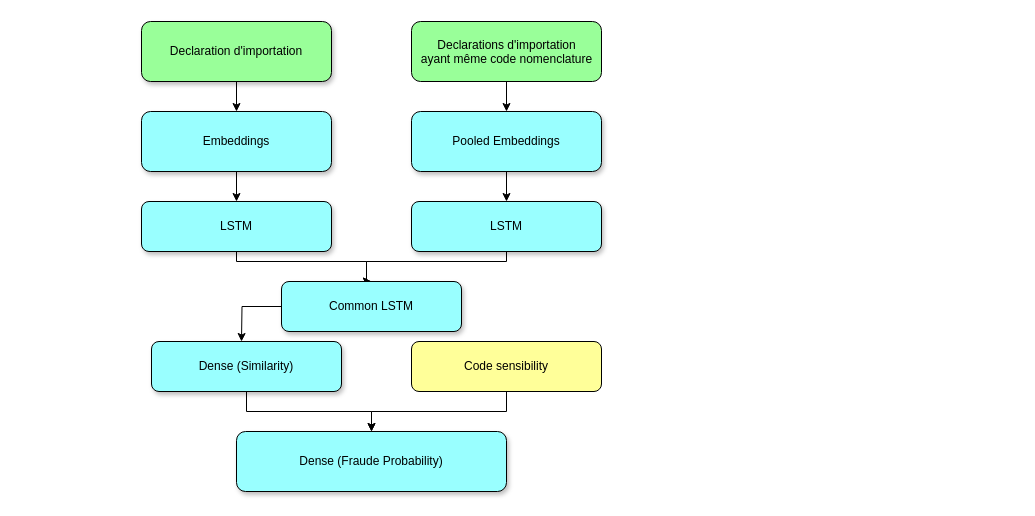
The draw.io diagram Untitled Diagram.drawio in nsusvitlana/TextRank, before the edit. Source tidied: cells renumbered, new cells numbered last; positions are measured from the earlier drawing's top-left corner, leaving out a move shared by most shapes. Both pictures are drawn from the tidied source at 100%, with x=0, y=0 at pixel (141, 21).
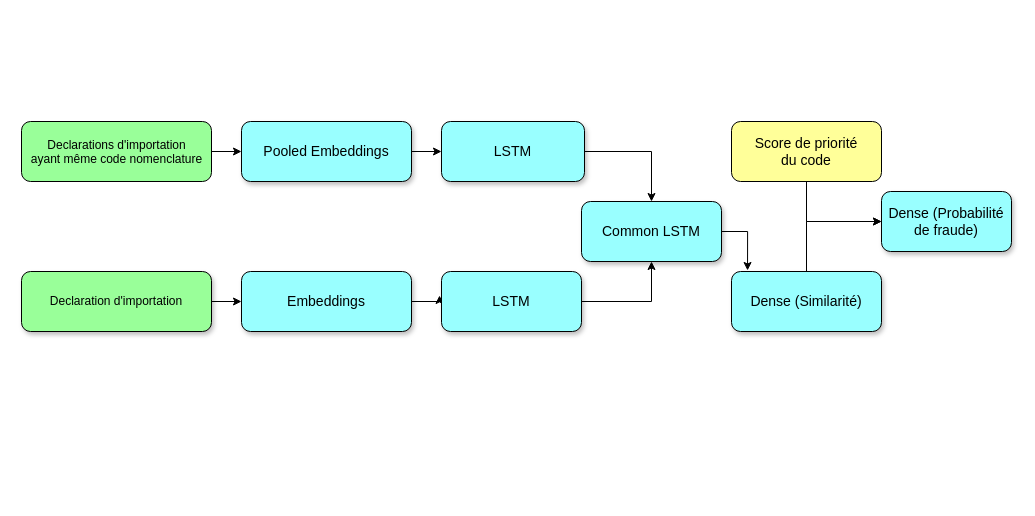
The same diagram, later.

What changed in the source:
```diff
@@
-    <mxCell id="2" style="edgeStyle=orthogonalEdgeStyle;rounded=0;jettySize=auto;html=1;entryX=0.5;entryY=0;entryDx=0;entryDy=0;" parent="1" edge="1" source="3" target="12">
+    <mxCell id="2" style="edgeStyle=orthogonalEdgeStyle;rounded=0;jettySize=auto;html=1;exitX=1;exitY=0.5;exitDx=0;exitDy=0;entryX=-0.014;entryY=0.4;entryDx=0;entryDy=0;entryPerimeter=0;" parent="1" edge="1" source="3" target="12">
       <mxGeometry relative="1" as="geometry" />
     </mxCell>
-    <mxCell id="3" value="Embeddings" style="rounded=1;whiteSpace=wrap;html=1;shadow=1;fillColor=#99FFFF;" parent="1" vertex="1">
-      <mxGeometry y="90" width="190" height="60" as="geometry" />
+    <mxCell id="3" value="&lt;font style=&quot;font-size: 14px&quot;&gt;Embeddings&lt;/font&gt;" style="rounded=1;whiteSpace=wrap;html=1;shadow=1;fillColor=#99FFFF;" parent="1" vertex="1">
+      <mxGeometry x="100" y="250" width="170" height="60" as="geometry" />
     </mxCell>
-    <mxCell id="4" style="edgeStyle=orthogonalEdgeStyle;rounded=0;jettySize=auto;html=1;entryX=0.5;entryY=0;entryDx=0;entryDy=0;" parent="1" edge="1" source="5" target="10">
-      <mxGeometry relative="1" as="geometry" />
-    </mxCell>
     <mxCell id="5" style="rounded=1;whiteSpace=wrap;html=1;fillColor=#99FF99;" parent="1" vertex="1">
-      <mxGeometry x="270" width="190" height="60" as="geometry" />
+      <mxGeometry x="-120" y="100" width="190" height="60" as="geometry" />
     </mxCell>
+    <mxCell id="22" style="edgeStyle=orthogonalEdgeStyle;rounded=0;jettySize=auto;html=1;exitX=1;exitY=0.5;exitDx=0;exitDy=0;entryX=0;entryY=0.5;entryDx=0;entryDy=0;" parent="1" edge="1" source="6" target="10">
+      <mxGeometry relative="1" as="geometry">
+        <Array as="points">
+          <mxPoint x="70" y="130" />
+        </Array>
+      </mxGeometry>
+    </mxCell>
     <mxCell id="6" value="Declarations d'importation &lt;br&gt;&lt;div&gt;&lt;span&gt;ayant même code nomenclature&lt;/span&gt;&lt;/div&gt;" style="text;html=1;align=center;" parent="1" vertex="1">
-      <mxGeometry x="270" y="10" width="190" height="30" as="geometry" />
+      <mxGeometry x="-120" y="110" width="190" height="30" as="geometry" />
     </mxCell>
-    <mxCell id="7" style="edgeStyle=orthogonalEdgeStyle;rounded=0;jettySize=auto;html=1;entryX=0.5;entryY=0;entryDx=0;entryDy=0;" parent="1" edge="1" source="8" target="3">
+    <mxCell id="7" style="edgeStyle=orthogonalEdgeStyle;rounded=0;jettySize=auto;html=1;entryX=0;entryY=0.5;entryDx=0;entryDy=0;" parent="1" edge="1" source="8" target="3">
       <mxGeometry relative="1" as="geometry" />
     </mxCell>
     <mxCell id="8" value="Declaration d'importation" style="rounded=1;whiteSpace=wrap;html=1;shadow=1;fillColor=#99FF99;" parent="1" vertex="1">
-      <mxGeometry width="190" height="60" as="geometry" />
+      <mxGeometry x="-120" y="250" width="190" height="60" as="geometry" />
     </mxCell>
-    <mxCell id="9" style="edgeStyle=orthogonalEdgeStyle;rounded=0;jettySize=auto;html=1;entryX=0.5;entryY=0;entryDx=0;entryDy=0;" parent="1" edge="1" source="10" target="14">
+    <mxCell id="9" style="edgeStyle=orthogonalEdgeStyle;rounded=0;jettySize=auto;html=1;entryX=0;entryY=0.5;entryDx=0;entryDy=0;" parent="1" edge="1" source="10" target="14">
       <mxGeometry relative="1" as="geometry" />
     </mxCell>
-    <mxCell id="10" value="Pooled Embeddings" style="rounded=1;whiteSpace=wrap;html=1;shadow=1;fillColor=#99FFFF;" parent="1" vertex="1">
-      <mxGeometry x="270" y="90" width="190" height="60" as="geometry" />
+    <mxCell id="10" value="&lt;font style=&quot;font-size: 14px&quot;&gt;Pooled Embeddings&lt;/font&gt;" style="rounded=1;whiteSpace=wrap;html=1;shadow=1;fillColor=#99FFFF;" parent="1" vertex="1">
+      <mxGeometry x="100" y="100" width="170" height="60" as="geometry" />
     </mxCell>
-    <mxCell id="11" style="edgeStyle=orthogonalEdgeStyle;rounded=0;jettySize=auto;html=1;entryX=0.5;entryY=0;entryDx=0;entryDy=0;" parent="1" edge="1" source="12" target="16">
-      <mxGeometry relative="1" as="geometry">
-        <Array as="points">
-          <mxPoint x="95" y="240" />
-          <mxPoint x="225" y="240" />
-        </Array>
-      </mxGeometry>
+    <mxCell id="11" style="edgeStyle=orthogonalEdgeStyle;rounded=0;jettySize=auto;html=1;exitX=1;exitY=0.5;exitDx=0;exitDy=0;entryX=0.5;entryY=1;entryDx=0;entryDy=0;" parent="1" edge="1" source="12" target="16">
+      <mxGeometry relative="1" as="geometry" />
     </mxCell>
-    <mxCell id="12" value="LSTM" style="rounded=1;whiteSpace=wrap;html=1;shadow=1;fillColor=#99FFFF;" parent="1" vertex="1">
-      <mxGeometry y="180" width="190" height="50" as="geometry" />
+    <mxCell id="12" value="&lt;font style=&quot;font-size: 14px&quot;&gt;LSTM&lt;/font&gt;" style="rounded=1;whiteSpace=wrap;html=1;shadow=1;fillColor=#99FFFF;" parent="1" vertex="1">
+      <mxGeometry x="300" y="250" width="140" height="60" as="geometry" />
     </mxCell>
-    <mxCell id="13" style="edgeStyle=orthogonalEdgeStyle;rounded=0;jettySize=auto;html=1;entryX=0.5;entryY=0;entryDx=0;entryDy=0;" parent="1" edge="1" source="14" target="16">
-      <mxGeometry relative="1" as="geometry">
-        <Array as="points">
-          <mxPoint x="365" y="240" />
-          <mxPoint x="225" y="240" />
-        </Array>
-      </mxGeometry>
-    </mxCell>
-    <mxCell id="14" value="LSTM" style="rounded=1;whiteSpace=wrap;html=1;shadow=1;fillColor=#99FFFF;" parent="1" vertex="1">
-      <mxGeometry x="270" y="180" width="190" height="50" as="geometry" />
-    </mxCell>
-    <mxCell id="15" style="edgeStyle=orthogonalEdgeStyle;rounded=0;jettySize=auto;html=1;" parent="1" edge="1" source="16">
-      <mxGeometry relative="1" as="geometry">
-        <mxPoint x="100" y="320" as="targetPoint" />
-      </mxGeometry>
-    </mxCell>
+    <mxCell id="23" style="edgeStyle=orthogonalEdgeStyle;rounded=0;jettySize=auto;html=1;exitX=1;exitY=0.5;exitDx=0;exitDy=0;entryX=0.107;entryY=-0.017;entryDx=0;entryDy=0;entryPerimeter=0;" parent="1" edge="1" source="16" target="18">
+      <mxGeometry relative="1" as="geometry" />
+    </mxCell>
-    <mxCell id="16" value="Common LSTM" style="rounded=1;whiteSpace=wrap;html=1;shadow=1;fillColor=#99FFFF;" parent="1" vertex="1">
-      <mxGeometry x="140" y="260" width="180" height="50" as="geometry" />
+    <mxCell id="16" value="&lt;font style=&quot;font-size: 14px&quot;&gt;Common LSTM&lt;/font&gt;" style="rounded=1;whiteSpace=wrap;html=1;shadow=1;fillColor=#99FFFF;" parent="1" vertex="1">
+      <mxGeometry x="440" y="180" width="140" height="60" as="geometry" />
     </mxCell>
-    <mxCell id="17" style="edgeStyle=orthogonalEdgeStyle;rounded=0;jettySize=auto;html=1;entryX=0.5;entryY=0;entryDx=0;entryDy=0;" parent="1" edge="1" source="18" target="19">
+    <mxCell id="17" style="edgeStyle=orthogonalEdgeStyle;rounded=0;jettySize=auto;html=1;entryX=0;entryY=0.5;entryDx=0;entryDy=0;" parent="1" edge="1" source="18" target="19">
       <mxGeometry relative="1" as="geometry" />
     </mxCell>
-    <mxCell id="18" value="Dense (Similarity)" style="rounded=1;whiteSpace=wrap;html=1;shadow=1;fillColor=#99FFFF;" parent="1" vertex="1">
-      <mxGeometry x="10" y="320" width="190" height="50" as="geometry" />
+    <mxCell id="18" value="&lt;font style=&quot;font-size: 14px&quot;&gt;Dense (Similarité)&lt;/font&gt;" style="rounded=1;whiteSpace=wrap;html=1;shadow=1;fillColor=#99FFFF;" parent="1" vertex="1">
+      <mxGeometry x="590" y="250" width="150" height="60" as="geometry" />
     </mxCell>
-    <mxCell id="19" value="Dense (Fraude Probability)" style="rounded=1;whiteSpace=wrap;html=1;shadow=1;fillColor=#99FFFF;" parent="1" vertex="1">
-      <mxGeometry x="95" y="410" width="270" height="60" as="geometry" />
+    <mxCell id="19" value="&lt;font style=&quot;font-size: 14px&quot;&gt;Dense (Probabilité de fraude)&lt;/font&gt;" style="rounded=1;whiteSpace=wrap;html=1;shadow=1;fillColor=#99FFFF;" parent="1" vertex="1">
+      <mxGeometry x="740" y="170" width="130" height="60" as="geometry" />
     </mxCell>
-    <mxCell id="20" style="edgeStyle=orthogonalEdgeStyle;rounded=0;jettySize=auto;html=1;" parent="1" edge="1" source="21" target="19">
+    <mxCell id="20" style="edgeStyle=orthogonalEdgeStyle;rounded=0;jettySize=auto;html=1;entryX=0;entryY=0.5;entryDx=0;entryDy=0;" parent="1" edge="1" source="21" target="19">
       <mxGeometry relative="1" as="geometry" />
     </mxCell>
-    <mxCell id="21" value="Code sensibility" style="rounded=1;whiteSpace=wrap;html=1;fillColor=#FFFF99;" parent="1" vertex="1">
-      <mxGeometry x="270" y="320" width="190" height="50" as="geometry" />
+    <mxCell id="21" value="&lt;font style=&quot;font-size: 14px&quot;&gt;Score de priorité &lt;br&gt;du code&lt;/font&gt;" style="rounded=1;whiteSpace=wrap;html=1;fillColor=#FFFF99;" parent="1" vertex="1">
+      <mxGeometry x="590" y="100" width="150" height="60" as="geometry" />
     </mxCell>
+    <mxCell id="13" style="edgeStyle=orthogonalEdgeStyle;rounded=0;jettySize=auto;html=1;exitX=1;exitY=0.5;exitDx=0;exitDy=0;entryX=0.5;entryY=0;entryDx=0;entryDy=0;" parent="1" edge="1" source="14" target="16">
+      <mxGeometry relative="1" as="geometry" />
+    </mxCell>
+    <mxCell id="14" value="&lt;font style=&quot;font-size: 14px&quot;&gt;LSTM&lt;/font&gt;" style="rounded=1;whiteSpace=wrap;html=1;shadow=1;fillColor=#99FFFF;" parent="1" vertex="1">
+      <mxGeometry x="300" y="100" width="143" height="60" as="geometry" />
+    </mxCell>
```
